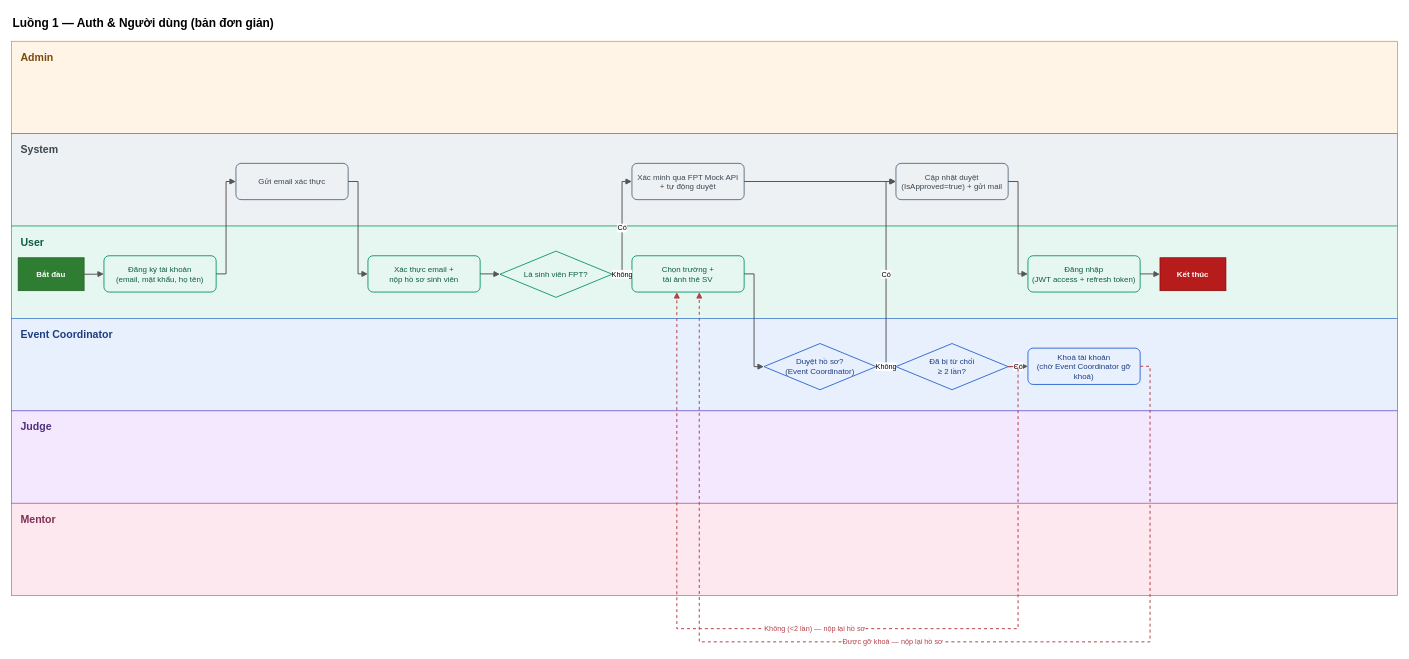
SU26-SWP-BL3W/SU26_SWP_BL3W_BE keeps this draw.io diagram as docs/swimlane/SEAL_flow1_auth.drawio. Above is the earlier version. Source tidied: cells renumbered, new cells numbered last; positions are measured from the earlier drawing's top-left corner, leaving out a move shared by most shapes. Both pictures are drawn from the tidied source at 66%, with x=0, y=0 at pixel (11, 11).
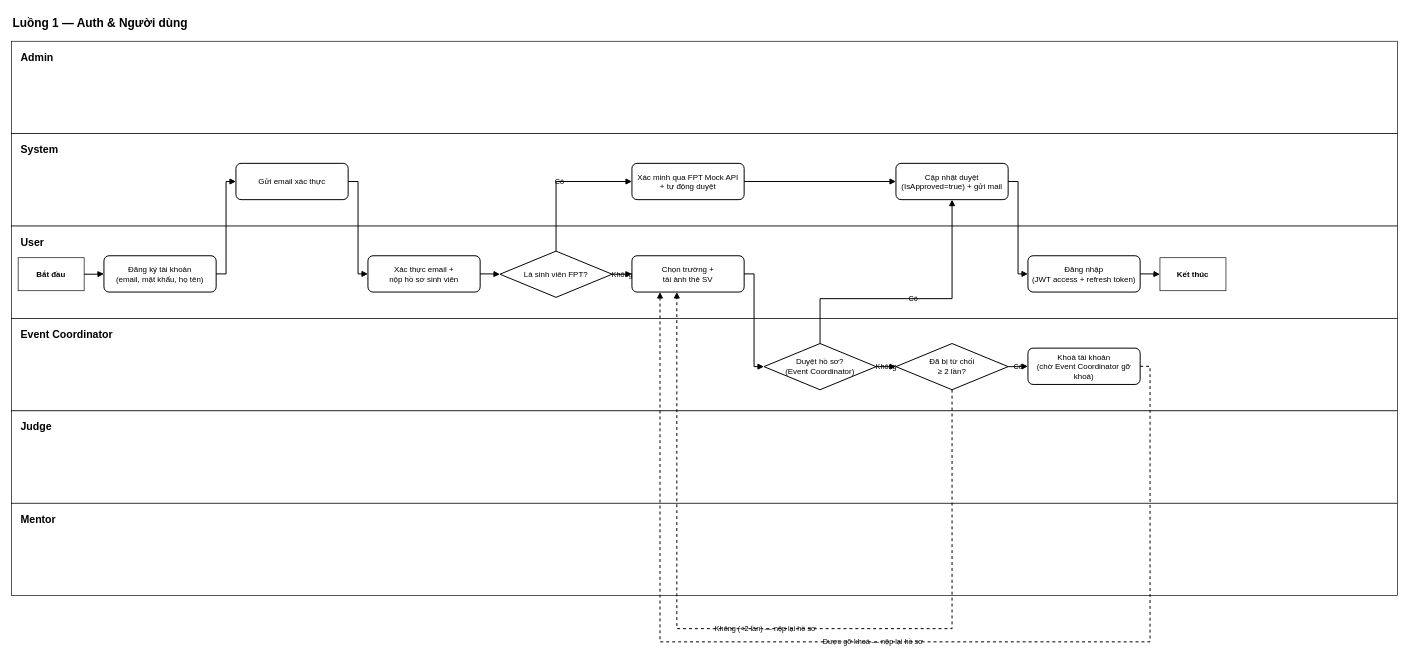
The same page after the edit.

The edit, as a diff of the source:
```diff
@@
-    <mxCell id="2" value="Luồng 1 — Auth &amp; Người dùng (bản đơn giản)" style="text;html=1;fontSize=18;fontStyle=1;align=left;verticalAlign=middle;" parent="1" vertex="1">
+    <mxCell id="2" value="Luồng 1 — Auth &amp;amp; Người dùng&amp;nbsp;" style="text;html=1;fontSize=18;fontStyle=1;align=left;verticalAlign=middle;labelBackgroundColor=none;" parent="1" vertex="1">
       <mxGeometry width="700" height="35" as="geometry" />
     </mxCell>
-    <mxCell id="3" value="Admin" style="rounded=0;whiteSpace=wrap;html=1;fillColor=#FFF4E5;strokeColor=#D98324;fontColor=#7A4A0E;fontSize=16;fontStyle=1;align=left;verticalAlign=top;spacingLeft=12;spacingTop=8;" parent="1" vertex="1">
+    <mxCell id="3" value="Admin" style="rounded=0;whiteSpace=wrap;html=1;fontSize=16;fontStyle=1;align=left;verticalAlign=top;spacingLeft=12;spacingTop=8;labelBackgroundColor=none;" parent="1" vertex="1">
       <mxGeometry y="45" width="2100" height="140" as="geometry" />
     </mxCell>
-    <mxCell id="4" value="System" style="rounded=0;whiteSpace=wrap;html=1;fillColor=#EEF1F4;strokeColor=#647687;fontColor=#3B4650;fontSize=16;fontStyle=1;align=left;verticalAlign=top;spacingLeft=12;spacingTop=8;" parent="1" vertex="1">
+    <mxCell id="4" value="System" style="rounded=0;whiteSpace=wrap;html=1;fontSize=16;fontStyle=1;align=left;verticalAlign=top;spacingLeft=12;spacingTop=8;labelBackgroundColor=none;" parent="1" vertex="1">
       <mxGeometry y="185" width="2100" height="140" as="geometry" />
     </mxCell>
-    <mxCell id="5" value="User" style="rounded=0;whiteSpace=wrap;html=1;fillColor=#E6F7F1;strokeColor=#1E9E77;fontColor=#0F5C43;fontSize=16;fontStyle=1;align=left;verticalAlign=top;spacingLeft=12;spacingTop=8;" parent="1" vertex="1">
+    <mxCell id="5" value="User" style="rounded=0;whiteSpace=wrap;html=1;fontSize=16;fontStyle=1;align=left;verticalAlign=top;spacingLeft=12;spacingTop=8;labelBackgroundColor=none;" parent="1" vertex="1">
       <mxGeometry y="325" width="2100" height="140" as="geometry" />
     </mxCell>
-    <mxCell id="6" value="Event Coordinator" style="rounded=0;whiteSpace=wrap;html=1;fillColor=#E8F0FE;strokeColor=#3B6FD4;fontColor=#1F3E82;fontSize=16;fontStyle=1;align=left;verticalAlign=top;spacingLeft=12;spacingTop=8;" parent="1" vertex="1">
+    <mxCell id="6" value="Event Coordinator" style="rounded=0;whiteSpace=wrap;html=1;fontSize=16;fontStyle=1;align=left;verticalAlign=top;spacingLeft=12;spacingTop=8;labelBackgroundColor=none;" parent="1" vertex="1">
       <mxGeometry y="465" width="2100" height="140" as="geometry" />
     </mxCell>
-    <mxCell id="7" value="Judge" style="rounded=0;whiteSpace=wrap;html=1;fillColor=#F3E8FD;strokeColor=#8B4FD1;fontColor=#532F80;fontSize=16;fontStyle=1;align=left;verticalAlign=top;spacingLeft=12;spacingTop=8;" parent="1" vertex="1">
+    <mxCell id="7" value="Judge" style="rounded=0;whiteSpace=wrap;html=1;fontSize=16;fontStyle=1;align=left;verticalAlign=top;spacingLeft=12;spacingTop=8;labelBackgroundColor=none;" parent="1" vertex="1">
       <mxGeometry y="605" width="2100" height="140" as="geometry" />
     </mxCell>
-    <mxCell id="8" value="Mentor" style="rounded=0;whiteSpace=wrap;html=1;fillColor=#FDE8F0;strokeColor=#D14F8B;fontColor=#802F53;fontSize=16;fontStyle=1;align=left;verticalAlign=top;spacingLeft=12;spacingTop=8;" parent="1" vertex="1">
+    <mxCell id="8" value="Mentor" style="rounded=0;whiteSpace=wrap;html=1;fontSize=16;fontStyle=1;align=left;verticalAlign=top;spacingLeft=12;spacingTop=8;labelBackgroundColor=none;" parent="1" vertex="1">
       <mxGeometry y="745" width="2100" height="140" as="geometry" />
     </mxCell>
-    <mxCell id="9" value="Bắt đầu" style="terminator;whiteSpace=wrap;html=1;fontSize=12;fontStyle=1;fillColor=#2E7D32;strokeColor=#1B5E20;fontColor=#ffffff;" parent="1" vertex="1">
+    <mxCell id="9" value="Bắt đầu" style="terminator;whiteSpace=wrap;html=1;fontSize=12;fontStyle=1;labelBackgroundColor=none;" parent="1" vertex="1">
       <mxGeometry x="10" y="373" width="100" height="50" as="geometry" />
     </mxCell>
-    <mxCell id="10" value="Đăng ký tài khoản&#10;(email, mật khẩu, họ tên)" style="rounded=1;whiteSpace=wrap;html=1;arcSize=14;fontSize=12;strokeWidth=1.5;fillColor=#E6F7F1;strokeColor=#1E9E77;fontColor=#0F5C43;" parent="1" vertex="1">
+    <mxCell id="10" value="Đăng ký tài khoản&#10;(email, mật khẩu, họ tên)" style="rounded=1;whiteSpace=wrap;html=1;arcSize=14;fontSize=12;strokeWidth=1.5;labelBackgroundColor=none;" parent="1" vertex="1">
       <mxGeometry x="140" y="370" width="170" height="55" as="geometry" />
     </mxCell>
-    <mxCell id="11" value="Gửi email xác thực" style="rounded=1;whiteSpace=wrap;html=1;arcSize=14;fontSize=12;strokeWidth=1.5;fillColor=#EEF1F4;strokeColor=#647687;fontColor=#3B4650;" parent="1" vertex="1">
+    <mxCell id="11" value="Gửi email xác thực" style="rounded=1;whiteSpace=wrap;html=1;arcSize=14;fontSize=12;strokeWidth=1.5;labelBackgroundColor=none;" parent="1" vertex="1">
       <mxGeometry x="340" y="230" width="170" height="55" as="geometry" />
     </mxCell>
-    <mxCell id="12" value="Xác thực email +&#10;nộp hồ sơ sinh viên" style="rounded=1;whiteSpace=wrap;html=1;arcSize=14;fontSize=12;strokeWidth=1.5;fillColor=#E6F7F1;strokeColor=#1E9E77;fontColor=#0F5C43;" parent="1" vertex="1">
+    <mxCell id="12" value="Xác thực email +&#10;nộp hồ sơ sinh viên" style="rounded=1;whiteSpace=wrap;html=1;arcSize=14;fontSize=12;strokeWidth=1.5;labelBackgroundColor=none;" parent="1" vertex="1">
       <mxGeometry x="540" y="370" width="170" height="55" as="geometry" />
     </mxCell>
-    <mxCell id="13" value="Là sinh viên FPT?" style="rhombus;whiteSpace=wrap;html=1;fontSize=12;strokeWidth=1.5;fillColor=#E6F7F1;strokeColor=#1E9E77;fontColor=#0F5C43;" parent="1" vertex="1">
+    <mxCell id="13" value="Là sinh viên FPT?" style="rhombus;whiteSpace=wrap;html=1;fontSize=12;strokeWidth=1.5;labelBackgroundColor=none;" parent="1" vertex="1">
       <mxGeometry x="740" y="363" width="170" height="70" as="geometry" />
     </mxCell>
-    <mxCell id="14" value="Xác minh qua FPT Mock API&#10;+ tự động duyệt" style="rounded=1;whiteSpace=wrap;html=1;arcSize=14;fontSize=12;strokeWidth=1.5;fillColor=#EEF1F4;strokeColor=#647687;fontColor=#3B4650;" parent="1" vertex="1">
+    <mxCell id="14" value="Xác minh qua FPT Mock API&#10;+ tự động duyệt" style="rounded=1;whiteSpace=wrap;html=1;arcSize=14;fontSize=12;strokeWidth=1.5;labelBackgroundColor=none;" parent="1" vertex="1">
       <mxGeometry x="940" y="230" width="170" height="55" as="geometry" />
     </mxCell>
-    <mxCell id="15" value="Chọn trường +&#10;tải ảnh thẻ SV" style="rounded=1;whiteSpace=wrap;html=1;arcSize=14;fontSize=12;strokeWidth=1.5;fillColor=#E6F7F1;strokeColor=#1E9E77;fontColor=#0F5C43;" parent="1" vertex="1">
+    <mxCell id="15" value="Chọn trường +&#10;tải ảnh thẻ SV" style="rounded=1;whiteSpace=wrap;html=1;arcSize=14;fontSize=12;strokeWidth=1.5;labelBackgroundColor=none;" parent="1" vertex="1">
       <mxGeometry x="940" y="370" width="170" height="55" as="geometry" />
     </mxCell>
-    <mxCell id="16" value="Duyệt hồ sơ?&#10;(Event Coordinator)" style="rhombus;whiteSpace=wrap;html=1;fontSize=12;strokeWidth=1.5;fillColor=#E8F0FE;strokeColor=#3B6FD4;fontColor=#1F3E82;" parent="1" vertex="1">
+    <mxCell id="16" value="Duyệt hồ sơ?&#10;(Event Coordinator)" style="rhombus;whiteSpace=wrap;html=1;fontSize=12;strokeWidth=1.5;labelBackgroundColor=none;" parent="1" vertex="1">
       <mxGeometry x="1140" y="503" width="170" height="70" as="geometry" />
     </mxCell>
-    <mxCell id="17" value="Cập nhật duyệt&#10;(IsApproved=true) + gửi mail" style="rounded=1;whiteSpace=wrap;html=1;arcSize=14;fontSize=12;strokeWidth=1.5;fillColor=#EEF1F4;strokeColor=#647687;fontColor=#3B4650;" parent="1" vertex="1">
+    <mxCell id="17" value="Cập nhật duyệt&#10;(IsApproved=true) + gửi mail" style="rounded=1;whiteSpace=wrap;html=1;arcSize=14;fontSize=12;strokeWidth=1.5;labelBackgroundColor=none;" parent="1" vertex="1">
       <mxGeometry x="1340" y="230" width="170" height="55" as="geometry" />
     </mxCell>
-    <mxCell id="18" value="Đã bị từ chối&#10;≥ 2 lần?" style="rhombus;whiteSpace=wrap;html=1;fontSize=12;strokeWidth=1.5;fillColor=#E8F0FE;strokeColor=#3B6FD4;fontColor=#1F3E82;" parent="1" vertex="1">
+    <mxCell id="18" value="Đã bị từ chối&#10;≥ 2 lần?" style="rhombus;whiteSpace=wrap;html=1;fontSize=12;strokeWidth=1.5;labelBackgroundColor=none;" parent="1" vertex="1">
       <mxGeometry x="1340" y="503" width="170" height="70" as="geometry" />
     </mxCell>
-    <mxCell id="19" value="Khoá tài khoản&#10;(chờ Event Coordinator gỡ khoá)" style="rounded=1;whiteSpace=wrap;html=1;arcSize=14;fontSize=12;strokeWidth=1.5;fillColor=#E8F0FE;strokeColor=#3B6FD4;fontColor=#1F3E82;" parent="1" vertex="1">
+    <mxCell id="19" value="Khoá tài khoản&#10;(chờ Event Coordinator gỡ khoá)" style="rounded=1;whiteSpace=wrap;html=1;arcSize=14;fontSize=12;strokeWidth=1.5;labelBackgroundColor=none;" parent="1" vertex="1">
       <mxGeometry x="1540" y="510" width="170" height="55" as="geometry" />
     </mxCell>
-    <mxCell id="20" value="Đăng nhập&#10;(JWT access + refresh token)" style="rounded=1;whiteSpace=wrap;html=1;arcSize=14;fontSize=12;strokeWidth=1.5;fillColor=#E6F7F1;strokeColor=#1E9E77;fontColor=#0F5C43;" parent="1" vertex="1">
+    <mxCell id="20" value="Đăng nhập&#10;(JWT access + refresh token)" style="rounded=1;whiteSpace=wrap;html=1;arcSize=14;fontSize=12;strokeWidth=1.5;labelBackgroundColor=none;" parent="1" vertex="1">
       <mxGeometry x="1540" y="370" width="170" height="55" as="geometry" />
     </mxCell>
-    <mxCell id="21" value="Kết thúc" style="terminator;whiteSpace=wrap;html=1;fontSize=12;fontStyle=1;fillColor=#B71C1C;strokeColor=#7F0000;fontColor=#ffffff;" parent="1" vertex="1">
+    <mxCell id="21" value="Kết thúc" style="terminator;whiteSpace=wrap;html=1;fontSize=12;fontStyle=1;labelBackgroundColor=none;" parent="1" vertex="1">
       <mxGeometry x="1740" y="373" width="100" height="50" as="geometry" />
     </mxCell>
-    <mxCell id="22" style="edgeStyle=orthogonalEdgeStyle;rounded=0;html=1;exitX=1;exitY=0.5;entryX=0;entryY=0.5;strokeColor=#555555;strokeWidth=1.5;endArrow=block;endFill=1;" parent="1" edge="1" source="9" target="10">
+    <mxCell id="22" style="edgeStyle=orthogonalEdgeStyle;rounded=0;html=1;exitX=1;exitY=0.5;entryX=0;entryY=0.5;strokeWidth=1.5;endArrow=block;endFill=1;labelBackgroundColor=none;fontColor=default;" parent="1" edge="1" source="9" target="10">
       <mxGeometry relative="1" as="geometry" />
     </mxCell>
-    <mxCell id="23" style="edgeStyle=orthogonalEdgeStyle;rounded=0;html=1;exitX=1;exitY=0.5;entryX=0;entryY=0.5;strokeColor=#555555;strokeWidth=1.5;endArrow=block;endFill=1;" parent="1" edge="1" source="10" target="11">
+    <mxCell id="23" style="edgeStyle=orthogonalEdgeStyle;rounded=0;html=1;exitX=1;exitY=0.5;entryX=0;entryY=0.5;strokeWidth=1.5;endArrow=block;endFill=1;labelBackgroundColor=none;fontColor=default;" parent="1" edge="1" source="10" target="11">
       <mxGeometry relative="1" as="geometry">
         <Array as="points">
           <mxPoint x="325" y="397" />
           <mxPoint x="325" y="257" />
         </Array>
       </mxGeometry>
     </mxCell>
-    <mxCell id="24" style="edgeStyle=orthogonalEdgeStyle;rounded=0;html=1;exitX=1;exitY=0.5;entryX=0;entryY=0.5;strokeColor=#555555;strokeWidth=1.5;endArrow=block;endFill=1;" parent="1" edge="1" source="11" target="12">
+    <mxCell id="24" style="edgeStyle=orthogonalEdgeStyle;rounded=0;html=1;exitX=1;exitY=0.5;entryX=0;entryY=0.5;strokeWidth=1.5;endArrow=block;endFill=1;labelBackgroundColor=none;fontColor=default;" parent="1" edge="1" source="11" target="12">
       <mxGeometry relative="1" as="geometry">
         <Array as="points">
           <mxPoint x="525" y="257" />
           <mxPoint x="525" y="397" />
         </Array>
       </mxGeometry>
     </mxCell>
-    <mxCell id="25" style="edgeStyle=orthogonalEdgeStyle;rounded=0;html=1;exitX=1;exitY=0.5;entryX=0;entryY=0.5;strokeColor=#555555;strokeWidth=1.5;endArrow=block;endFill=1;" parent="1" edge="1" source="12" target="13">
+    <mxCell id="25" style="edgeStyle=orthogonalEdgeStyle;rounded=0;html=1;exitX=1;exitY=0.5;entryX=0;entryY=0.5;strokeWidth=1.5;endArrow=block;endFill=1;labelBackgroundColor=none;fontColor=default;" parent="1" edge="1" source="12" target="13">
       <mxGeometry relative="1" as="geometry" />
     </mxCell>
-    <mxCell id="26" value="Có" style="edgeStyle=orthogonalEdgeStyle;rounded=0;html=1;exitX=1;exitY=0.5;entryX=0;entryY=0.5;strokeColor=#555555;strokeWidth=1.5;endArrow=block;endFill=1;labelBackgroundColor=#ffffff;fontSize=11;" parent="1" edge="1" source="13" target="14">
+    <mxCell id="26" value="Có" style="edgeStyle=orthogonalEdgeStyle;rounded=0;html=1;exitX=0.5;exitY=0;entryX=0;entryY=0.5;strokeWidth=1.5;endArrow=block;endFill=1;labelBackgroundColor=none;fontSize=11;fontColor=default;exitDx=0;exitDy=0;" parent="1" edge="1" source="13" target="14">
       <mxGeometry relative="1" as="geometry">
         <Array as="points">
-          <mxPoint x="925" y="398" />
-          <mxPoint x="925" y="257" />
+          <mxPoint x="825" y="257.5" />
         </Array>
       </mxGeometry>
     </mxCell>
-    <mxCell id="27" value="Không" style="edgeStyle=orthogonalEdgeStyle;rounded=0;html=1;exitX=1;exitY=0.5;entryX=0;entryY=0.5;strokeColor=#555555;strokeWidth=1.5;endArrow=block;endFill=1;labelBackgroundColor=#ffffff;fontSize=11;" parent="1" edge="1" source="13" target="15">
+    <mxCell id="27" value="Không" style="edgeStyle=orthogonalEdgeStyle;rounded=0;html=1;exitX=1;exitY=0.5;entryX=0;entryY=0.5;strokeWidth=1.5;endArrow=block;endFill=1;labelBackgroundColor=none;fontSize=11;fontColor=default;" parent="1" edge="1" source="13" target="15">
       <mxGeometry relative="1" as="geometry" />
     </mxCell>
-    <mxCell id="28" style="edgeStyle=orthogonalEdgeStyle;rounded=0;html=1;exitX=1;exitY=0.5;entryX=0;entryY=0.5;strokeColor=#555555;strokeWidth=1.5;endArrow=block;endFill=1;" parent="1" edge="1" source="14" target="17">
+    <mxCell id="28" style="edgeStyle=orthogonalEdgeStyle;rounded=0;html=1;exitX=1;exitY=0.5;entryX=0;entryY=0.5;strokeWidth=1.5;endArrow=block;endFill=1;labelBackgroundColor=none;fontColor=default;" parent="1" edge="1" source="14" target="17">
       <mxGeometry relative="1" as="geometry" />
     </mxCell>
-    <mxCell id="29" style="edgeStyle=orthogonalEdgeStyle;rounded=0;html=1;exitX=1;exitY=0.5;entryX=0;entryY=0.5;strokeColor=#555555;strokeWidth=1.5;endArrow=block;endFill=1;" parent="1" edge="1" source="15" target="16">
+    <mxCell id="29" style="edgeStyle=orthogonalEdgeStyle;rounded=0;html=1;exitX=1;exitY=0.5;entryX=0;entryY=0.5;strokeWidth=1.5;endArrow=block;endFill=1;labelBackgroundColor=none;fontColor=default;" parent="1" edge="1" source="15" target="16">
       <mxGeometry relative="1" as="geometry">
         <Array as="points">
           <mxPoint x="1125" y="397" />
           <mxPoint x="1125" y="538" />
         </Array>
       </mxGeometry>
     </mxCell>
-    <mxCell id="30" value="Có" style="edgeStyle=orthogonalEdgeStyle;rounded=0;html=1;exitX=1;exitY=0.5;entryX=0;entryY=0.5;strokeColor=#555555;strokeWidth=1.5;endArrow=block;endFill=1;labelBackgroundColor=#ffffff;fontSize=11;" parent="1" edge="1" source="16" target="17">
+    <mxCell id="30" value="Có" style="edgeStyle=orthogonalEdgeStyle;rounded=0;html=1;exitX=0.5;exitY=0;entryX=0.5;entryY=1;strokeWidth=1.5;endArrow=block;endFill=1;labelBackgroundColor=none;fontSize=11;exitDx=0;exitDy=0;entryDx=0;entryDy=0;fontColor=default;" parent="1" edge="1" source="16" target="17">
       <mxGeometry relative="1" as="geometry">
         <Array as="points">
-          <mxPoint x="1325" y="538" />
-          <mxPoint x="1325" y="257" />
+          <mxPoint x="1225" y="435" />
+          <mxPoint x="1425" y="435" />
         </Array>
       </mxGeometry>
     </mxCell>
-    <mxCell id="31" value="Không" style="edgeStyle=orthogonalEdgeStyle;rounded=0;html=1;exitX=1;exitY=0.5;entryX=0;entryY=0.5;strokeColor=#555555;strokeWidth=1.5;endArrow=block;endFill=1;labelBackgroundColor=#ffffff;fontSize=11;" parent="1" edge="1" source="16" target="18">
+    <mxCell id="31" value="Không" style="edgeStyle=orthogonalEdgeStyle;rounded=0;html=1;exitX=1;exitY=0.5;entryX=0;entryY=0.5;strokeWidth=1.5;endArrow=block;endFill=1;labelBackgroundColor=none;fontSize=11;fontColor=default;" parent="1" edge="1" source="16" target="18">
       <mxGeometry relative="1" as="geometry" />
     </mxCell>
-    <mxCell id="32" value="Có" style="edgeStyle=orthogonalEdgeStyle;rounded=0;html=1;exitX=1;exitY=0.5;entryX=0;entryY=0.5;strokeColor=#555555;strokeWidth=1.5;endArrow=block;endFill=1;labelBackgroundColor=#ffffff;fontSize=11;" parent="1" edge="1" source="18" target="19">
+    <mxCell id="32" value="Có" style="edgeStyle=orthogonalEdgeStyle;rounded=0;html=1;exitX=1;exitY=0.5;entryX=0;entryY=0.5;strokeWidth=1.5;endArrow=block;endFill=1;labelBackgroundColor=none;fontSize=11;fontColor=default;" parent="1" edge="1" source="18" target="19">
       <mxGeometry relative="1" as="geometry" />
     </mxCell>
-    <mxCell id="33" style="edgeStyle=orthogonalEdgeStyle;rounded=0;html=1;exitX=1;exitY=0.5;entryX=0;entryY=0.5;strokeColor=#555555;strokeWidth=1.5;endArrow=block;endFill=1;" parent="1" edge="1" source="17" target="20">
+    <mxCell id="33" style="edgeStyle=orthogonalEdgeStyle;rounded=0;html=1;exitX=1;exitY=0.5;entryX=0;entryY=0.5;strokeWidth=1.5;endArrow=block;endFill=1;labelBackgroundColor=none;fontColor=default;" parent="1" edge="1" source="17" target="20">
       <mxGeometry relative="1" as="geometry">
         <Array as="points">
           <mxPoint x="1525" y="257" />
           <mxPoint x="1525" y="397" />
         </Array>
       </mxGeometry>
     </mxCell>
-    <mxCell id="34" style="edgeStyle=orthogonalEdgeStyle;rounded=0;html=1;exitX=1;exitY=0.5;entryX=0;entryY=0.5;strokeColor=#555555;strokeWidth=1.5;endArrow=block;endFill=1;" parent="1" edge="1" source="20" target="21">
+    <mxCell id="34" style="edgeStyle=orthogonalEdgeStyle;rounded=0;html=1;exitX=1;exitY=0.5;entryX=0;entryY=0.5;strokeWidth=1.5;endArrow=block;endFill=1;labelBackgroundColor=none;fontColor=default;" parent="1" edge="1" source="20" target="21">
       <mxGeometry relative="1" as="geometry" />
     </mxCell>
-    <mxCell id="35" value="Không (&lt;2 lần) — nộp lại hồ sơ" style="edgeStyle=orthogonalEdgeStyle;rounded=0;html=1;exitX=1;exitY=0.5;entryX=0.4;entryY=1;strokeColor=#B5424A;strokeWidth=1.5;dashed=1;endArrow=block;endFill=1;labelBackgroundColor=#ffffff;fontSize=11;fontColor=#B5424A;" parent="1" edge="1" source="18" target="15">
+    <mxCell id="35" value="Không (&lt;2 lần) — nộp lại hồ sơ" style="edgeStyle=orthogonalEdgeStyle;rounded=0;html=1;exitX=0.5;exitY=1;entryX=0.4;entryY=1;strokeWidth=1.5;dashed=1;endArrow=block;endFill=1;labelBackgroundColor=none;fontSize=11;fontColor=default;exitDx=0;exitDy=0;" parent="1" edge="1" source="18" target="15">
       <mxGeometry relative="1" as="geometry">
         <Array as="points">
-          <mxPoint x="1525" y="538" />
-          <mxPoint x="1525" y="935" />
+          <mxPoint x="1425" y="935" />
           <mxPoint x="1008" y="935" />
         </Array>
       </mxGeometry>
     </mxCell>
-    <mxCell id="36" value="Được gỡ khoá — nộp lại hồ sơ" style="edgeStyle=orthogonalEdgeStyle;rounded=0;html=1;exitX=1;exitY=0.5;entryX=0.6;entryY=1;strokeColor=#B5424A;strokeWidth=1.5;dashed=1;endArrow=block;endFill=1;labelBackgroundColor=#ffffff;fontSize=11;fontColor=#B5424A;" parent="1" edge="1" source="19" target="15">
+    <mxCell id="36" value="Được gỡ khoá — nộp lại hồ sơ" style="edgeStyle=orthogonalEdgeStyle;rounded=0;html=1;exitX=1;exitY=0.5;entryX=0.25;entryY=1;strokeWidth=1.5;dashed=1;endArrow=block;endFill=1;labelBackgroundColor=none;fontSize=11;fontColor=default;entryDx=0;entryDy=0;" parent="1" edge="1" source="19" target="15">
       <mxGeometry relative="1" as="geometry">
         <Array as="points">
-          <mxPoint x="1725" y="538" />
+          <mxPoint x="1725" y="537.5" />
           <mxPoint x="1725" y="955" />
-          <mxPoint x="1042" y="955" />
+          <mxPoint x="982.5" y="955" />
         </Array>
       </mxGeometry>
     </mxCell>
```
